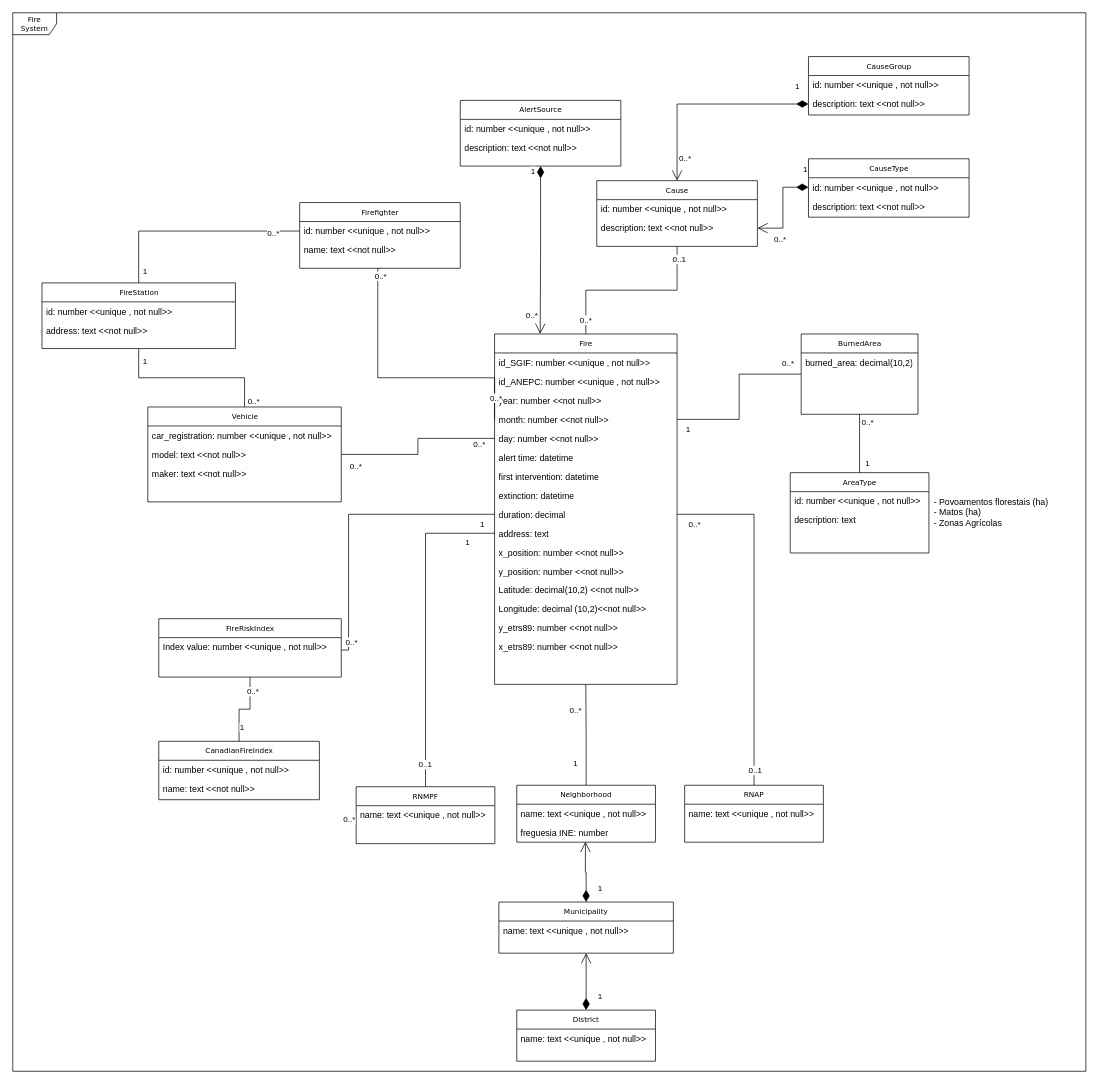
Above: DBProject.drawio in andrejms16/db_project (draw.io), before the change. Source tidied: cells renumbered, new cells numbered last; positions are measured from the earlier drawing's top-left corner, leaving out a move shared by most shapes. Both pictures are drawn from the tidied source at 73%, with x=0, y=0 at pixel (12, 12).
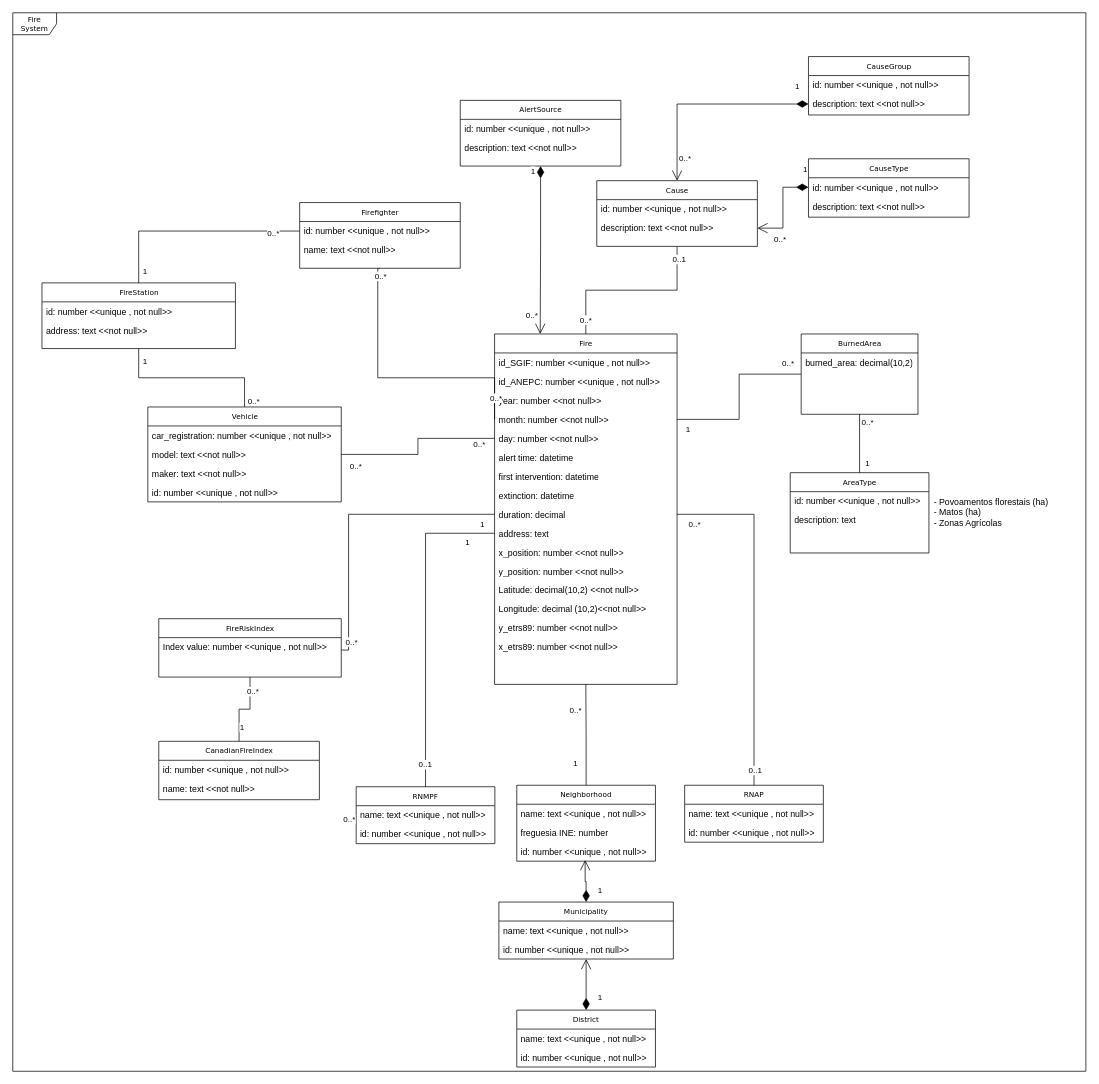
Above is the later version.

The change refers to these unchanged cells:
```xml
<mxCell id="41" value="freguesia INE: number" style="text;html=1;strokeColor=none;fillColor=none;align=left;verticalAlign=top;spacingLeft=4;spacingRight=4;whiteSpace=wrap;overflow=hidden;points=[[0,0.5],[1,0.5]];portConstraint=eastwest;" parent="39" vertex="1">
  <mxGeometry y="52" width="190" height="26" as="geometry" />
</mxCell>
<mxCell id="47" value="RNAP" style="swimlane;html=1;fontStyle=0;horizontal=1;startSize=26;fillColor=none;swimlaneFillColor=#ffffff;rounded=0;shadow=0;comic=0;labelBackgroundColor=none;strokeWidth=1;fontFamily=Verdana;fontSize=10;align=center;" parent="1" vertex="1">
  <mxGeometry x="920.4" y="1058.2" width="190" height="78" as="geometry" />
</mxCell>
<mxCell id="49" value="RNMPF" style="swimlane;html=1;fontStyle=0;horizontal=1;startSize=26;fillColor=none;swimlaneFillColor=#ffffff;rounded=0;shadow=0;comic=0;labelBackgroundColor=none;strokeWidth=1;fontFamily=Verdana;fontSize=10;align=center;" parent="1" vertex="1">
  <mxGeometry x="470.4" y="1060.2" width="190" height="78" as="geometry" />
</mxCell>
<mxCell id="96" value="Vehicle" style="swimlane;html=1;fontStyle=0;horizontal=1;startSize=26;fillColor=none;swimlaneFillColor=#ffffff;rounded=0;shadow=0;comic=0;labelBackgroundColor=none;strokeWidth=1;fontFamily=Verdana;fontSize=10;align=center;" parent="1" vertex="1">
  <mxGeometry x="185" y="540" width="265" height="130" as="geometry" />
</mxCell>
```

Diff of the diagram source:
```diff
@@
     <mxCell id="32" value="District" style="swimlane;html=1;fontStyle=0;horizontal=1;startSize=26;fillColor=none;swimlaneFillColor=#ffffff;rounded=0;shadow=0;comic=0;labelBackgroundColor=none;strokeWidth=1;fontFamily=Verdana;fontSize=10;align=center;" parent="1" vertex="1">
-      <mxGeometry x="690.4" y="1366.2" width="190" height="70" as="geometry" />
+      <mxGeometry x="690.4" y="1366.2" width="190" height="78" as="geometry" />
     </mxCell>
@@
+    <mxCell id="109" value="id: number &amp;lt;&amp;lt;unique , not null&amp;gt;&amp;gt;" style="text;html=1;strokeColor=none;fillColor=none;align=left;verticalAlign=top;spacingLeft=4;spacingRight=4;whiteSpace=wrap;overflow=hidden;" parent="32" vertex="1">
+      <mxGeometry y="52" width="190" height="26" as="geometry" />
+    </mxCell>
     <mxCell id="34" value="Municipality" style="swimlane;html=1;fontStyle=0;horizontal=1;startSize=26;fillColor=none;swimlaneFillColor=#ffffff;rounded=0;shadow=0;comic=0;labelBackgroundColor=none;strokeWidth=1;fontFamily=Verdana;fontSize=10;align=center;" parent="1" vertex="1">
-      <mxGeometry x="665.9" y="1218.2" width="239" height="70" as="geometry" />
+      <mxGeometry x="665.9" y="1218.2" width="239" height="78" as="geometry" />
     </mxCell>
@@
+    <mxCell id="110" value="id: number &amp;lt;&amp;lt;unique , not null&amp;gt;&amp;gt;" style="text;html=1;strokeColor=none;fillColor=none;align=left;verticalAlign=top;spacingLeft=4;spacingRight=4;whiteSpace=wrap;overflow=hidden;" parent="34" vertex="1">
+      <mxGeometry y="52" width="239" height="26" as="geometry" />
+    </mxCell>
@@
     <mxCell id="39" value="Neighborhood" style="swimlane;html=1;fontStyle=0;horizontal=1;startSize=26;fillColor=none;swimlaneFillColor=#ffffff;rounded=0;shadow=0;comic=0;labelBackgroundColor=none;strokeWidth=1;fontFamily=Verdana;fontSize=10;align=center;" parent="1" vertex="1">
-      <mxGeometry x="690.4" y="1058.2" width="190" height="78" as="geometry" />
+      <mxGeometry x="690.4" y="1058.2" width="190" height="104" as="geometry" />
     </mxCell>
@@
+    <mxCell id="111" value="id: number &amp;lt;&amp;lt;unique , not null&amp;gt;&amp;gt;" style="text;html=1;strokeColor=none;fillColor=none;align=left;verticalAlign=top;spacingLeft=4;spacingRight=4;whiteSpace=wrap;overflow=hidden;points=[[0,0.5],[1,0.5]];portConstraint=eastwest;" parent="39" vertex="1">
+      <mxGeometry y="78" width="190" height="26" as="geometry" />
+    </mxCell>
-    <mxCell id="42" value="1" style="endArrow=open;html=1;endSize=12;startArrow=diamondThin;startSize=14;startFill=1;edgeStyle=orthogonalEdgeStyle;align=left;verticalAlign=bottom;rounded=0;exitX=0.5;exitY=0;exitDx=0;exitDy=0;entryX=0.495;entryY=0.974;entryDx=0;entryDy=0;entryPerimeter=0;" parent="1" edge="1" source="34" target="41">
-      <mxGeometry x="-0.76" y="-15" relative="1" as="geometry" />
+    <mxCell id="42" value="1" style="endArrow=open;html=1;endSize=12;startArrow=diamondThin;startSize=14;startFill=1;edgeStyle=orthogonalEdgeStyle;align=left;verticalAlign=bottom;rounded=0;exitX=0.5;exitY=0;exitDx=0;exitDy=0;entryX=0.493;entryY=0.939;entryDx=0;entryDy=0;entryPerimeter=0;" parent="1" edge="1" source="34" target="111">
+      <mxGeometry x="-0.76" y="-15" relative="1" as="geometry">
+        <Array as="points">
+          <mxPoint x="785" y="1190" />
+          <mxPoint x="784" y="1190" />
+        </Array>
+      </mxGeometry>
     </mxCell>
@@
+    <mxCell id="112" value="id: number &amp;lt;&amp;lt;unique , not null&amp;gt;&amp;gt;" style="text;html=1;strokeColor=none;fillColor=none;align=left;verticalAlign=top;spacingLeft=4;spacingRight=4;whiteSpace=wrap;overflow=hidden;" parent="47" vertex="1">
+      <mxGeometry y="52" width="190" height="26" as="geometry" />
+    </mxCell>
@@
+    <mxCell id="113" value="id: number &amp;lt;&amp;lt;unique , not null&amp;gt;&amp;gt;" style="text;html=1;strokeColor=none;fillColor=none;align=left;verticalAlign=top;spacingLeft=4;spacingRight=4;whiteSpace=wrap;overflow=hidden;" parent="49" vertex="1">
+      <mxGeometry y="52" width="190" height="26" as="geometry" />
+    </mxCell>
@@
+    <mxCell id="114" value="id: number &amp;lt;&amp;lt;unique , not null&amp;gt;&amp;gt;" style="text;html=1;strokeColor=none;fillColor=none;align=left;verticalAlign=top;spacingLeft=4;spacingRight=4;whiteSpace=wrap;overflow=hidden;" parent="96" vertex="1">
+      <mxGeometry y="104" width="265" height="26" as="geometry" />
+    </mxCell>
```
